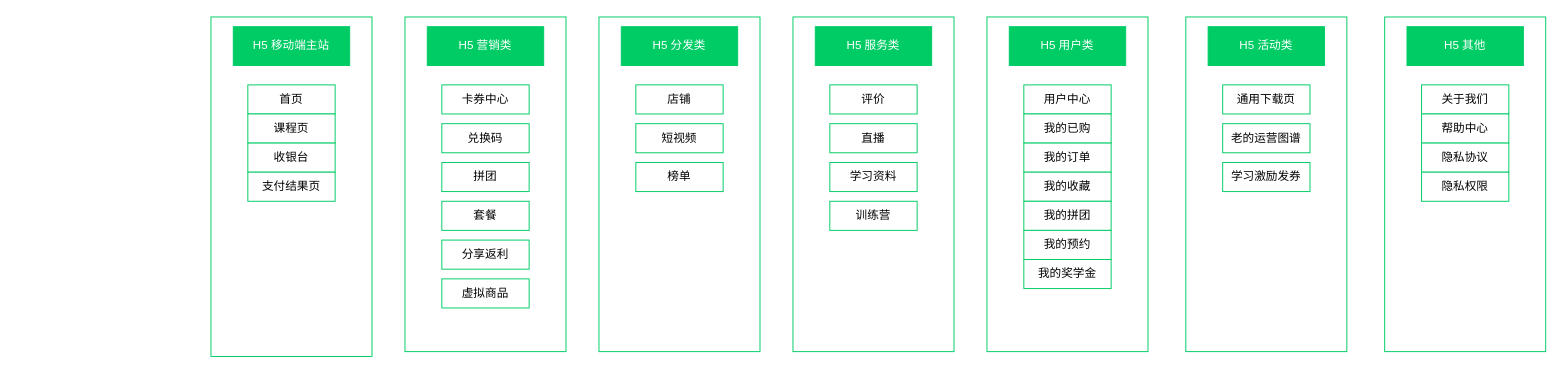
fedorjia/draw-io-files keeps this draw.io diagram as zhishi-h5-project-view.drawio. Above is the earlier version. Source tidied: cells renumbered, new cells numbered last; positions are measured from the earlier drawing's top-left corner, leaving out a move shared by most shapes. Both pictures are drawn from the tidied source at 97%, with x=0, y=0 at pixel (210, 16).
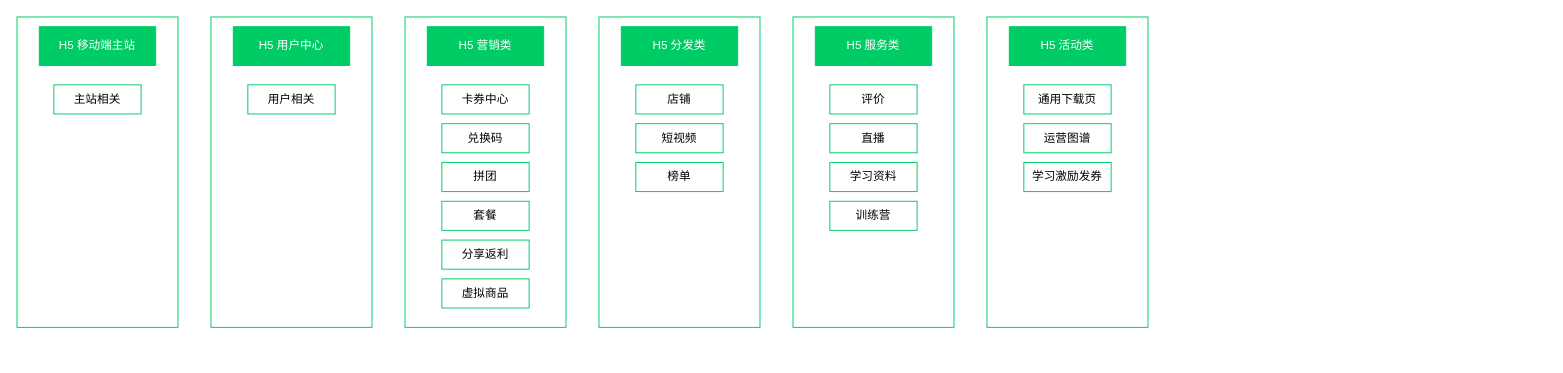
The same page after the edit.

Change to the diagram source:
```diff
@@
     <mxCell id="2" style="rounded=0;whiteSpace=wrap;html=1;strokeColor=#00CC66;fillColor=#FFFFFF;" parent="1" vertex="1">
-      <mxGeometry width="166" height="350" as="geometry" />
+      <mxGeometry x="-200" width="166" height="320" as="geometry" />
     </mxCell>
     <mxCell id="3" value="&lt;font color=&quot;#ffffff&quot;&gt;H5 移动端主站&lt;/font&gt;" style="rounded=0;whiteSpace=wrap;html=1;strokeColor=#00CC66;fillColor=#00CC66;" parent="1" vertex="1">
-      <mxGeometry x="23" y="10" width="120" height="40" as="geometry" />
+      <mxGeometry x="-177" y="10" width="120" height="40" as="geometry" />
     </mxCell>
     <mxCell id="4" style="rounded=0;whiteSpace=wrap;html=1;strokeColor=#00CC66;fillColor=#FFFFFF;" parent="1" vertex="1">
-      <mxGeometry x="200" width="166" height="345" as="geometry" />
+      <mxGeometry x="200" width="166" height="320" as="geometry" />
     </mxCell>
@@
     <mxCell id="12" style="rounded=0;whiteSpace=wrap;html=1;strokeColor=#00CC66;fillColor=#FFFFFF;" parent="1" vertex="1">
-      <mxGeometry x="400" width="166" height="345" as="geometry" />
+      <mxGeometry x="400" width="166" height="320" as="geometry" />
     </mxCell>
@@
-    <mxCell id="17" style="rounded=0;whiteSpace=wrap;html=1;strokeColor=#00CC66;fillColor=#FFFFFF;" parent="1" vertex="1">
-      <mxGeometry x="1210" width="166" height="345" as="geometry" />
-    </mxCell>
-    <mxCell id="18" value="&lt;span style=&quot;color: rgb(255 , 255 , 255)&quot;&gt;H5 其他&lt;/span&gt;" style="rounded=0;whiteSpace=wrap;html=1;strokeColor=#00CC66;fillColor=#00CC66;" parent="1" vertex="1">
-      <mxGeometry x="1233" y="10" width="120" height="40" as="geometry" />
-    </mxCell>
-    <mxCell id="19" value="关于我们" style="rounded=0;whiteSpace=wrap;html=1;strokeColor=#00CC66;fillColor=#FFFFFF;" parent="1" vertex="1">
-      <mxGeometry x="1248" y="70" width="90" height="30" as="geometry" />
-    </mxCell>
-    <mxCell id="20" value="帮助中心" style="rounded=0;whiteSpace=wrap;html=1;strokeColor=#00CC66;fillColor=#FFFFFF;" parent="1" vertex="1">
-      <mxGeometry x="1248" y="100" width="90" height="30" as="geometry" />
-    </mxCell>
-    <mxCell id="21" value="隐私协议" style="rounded=0;whiteSpace=wrap;html=1;strokeColor=#00CC66;fillColor=#FFFFFF;" parent="1" vertex="1">
-      <mxGeometry x="1248" y="130" width="90" height="30" as="geometry" />
-    </mxCell>
-    <mxCell id="22" value="隐私权限" style="rounded=0;whiteSpace=wrap;html=1;strokeColor=#00CC66;fillColor=#FFFFFF;" parent="1" vertex="1">
-      <mxGeometry x="1248" y="160" width="90" height="30" as="geometry" />
-    </mxCell>
     <mxCell id="23" style="rounded=0;whiteSpace=wrap;html=1;strokeColor=#00CC66;fillColor=#FFFFFF;" parent="1" vertex="1">
-      <mxGeometry x="600" width="166" height="345" as="geometry" />
+      <mxGeometry x="600" width="166" height="320" as="geometry" />
     </mxCell>
@@
     <mxCell id="29" style="rounded=0;whiteSpace=wrap;html=1;strokeColor=#00CC66;fillColor=#FFFFFF;" parent="1" vertex="1">
-      <mxGeometry x="800" width="166" height="345" as="geometry" />
+      <mxGeometry width="166" height="320" as="geometry" />
     </mxCell>
-    <mxCell id="30" value="&lt;span style=&quot;color: rgb(255 , 255 , 255)&quot;&gt;H5 用户类&lt;/span&gt;" style="rounded=0;whiteSpace=wrap;html=1;strokeColor=#00CC66;fillColor=#00CC66;" parent="1" vertex="1">
-      <mxGeometry x="823" y="10" width="120" height="40" as="geometry" />
+    <mxCell id="30" value="&lt;span style=&quot;color: rgb(255 , 255 , 255)&quot;&gt;H5 用户中心&lt;/span&gt;" style="rounded=0;whiteSpace=wrap;html=1;strokeColor=#00CC66;fillColor=#00CC66;" parent="1" vertex="1">
+      <mxGeometry x="23" y="10" width="120" height="40" as="geometry" />
     </mxCell>
-    <mxCell id="31" value="用户中心" style="rounded=0;whiteSpace=wrap;html=1;strokeColor=#00CC66;fillColor=#FFFFFF;" parent="1" vertex="1">
-      <mxGeometry x="838" y="70" width="90" height="30" as="geometry" />
-    </mxCell>
-    <mxCell id="32" value="我的已购" style="rounded=0;whiteSpace=wrap;html=1;strokeColor=#00CC66;fillColor=#FFFFFF;" parent="1" vertex="1">
-      <mxGeometry x="838" y="100" width="90" height="30" as="geometry" />
-    </mxCell>
-    <mxCell id="33" value="我的订单" style="rounded=0;whiteSpace=wrap;html=1;strokeColor=#00CC66;fillColor=#FFFFFF;" parent="1" vertex="1">
-      <mxGeometry x="838" y="130" width="90" height="30" as="geometry" />
-    </mxCell>
-    <mxCell id="34" value="我的收藏" style="rounded=0;whiteSpace=wrap;html=1;strokeColor=#00CC66;fillColor=#FFFFFF;" parent="1" vertex="1">
-      <mxGeometry x="838" y="160" width="90" height="30" as="geometry" />
-    </mxCell>
-    <mxCell id="35" value="我的拼团" style="rounded=0;whiteSpace=wrap;html=1;strokeColor=#00CC66;fillColor=#FFFFFF;" parent="1" vertex="1">
-      <mxGeometry x="838" y="190" width="90" height="30" as="geometry" />
-    </mxCell>
-    <mxCell id="36" value="我的预约" style="rounded=0;whiteSpace=wrap;html=1;strokeColor=#00CC66;fillColor=#FFFFFF;" parent="1" vertex="1">
-      <mxGeometry x="838" y="220" width="90" height="30" as="geometry" />
-    </mxCell>
-    <mxCell id="37" value="我的奖学金" style="rounded=0;whiteSpace=wrap;html=1;strokeColor=#00CC66;fillColor=#FFFFFF;" parent="1" vertex="1">
-      <mxGeometry x="838" y="250" width="90" height="30" as="geometry" />
-    </mxCell>
     <mxCell id="38" style="rounded=0;whiteSpace=wrap;html=1;strokeColor=#00CC66;fillColor=#FFFFFF;" parent="1" vertex="1">
-      <mxGeometry x="1005" width="166" height="345" as="geometry" />
+      <mxGeometry x="800" width="166" height="320" as="geometry" />
     </mxCell>
     <mxCell id="39" value="&lt;span style=&quot;color: rgb(255 , 255 , 255)&quot;&gt;H5 活动类&lt;/span&gt;" style="rounded=0;whiteSpace=wrap;html=1;strokeColor=#00CC66;fillColor=#00CC66;" parent="1" vertex="1">
-      <mxGeometry x="1028" y="10" width="120" height="40" as="geometry" />
+      <mxGeometry x="823" y="10" width="120" height="40" as="geometry" />
     </mxCell>
-    <mxCell id="40" value="首页" style="rounded=0;whiteSpace=wrap;html=1;strokeColor=#00CC66;fillColor=#FFFFFF;" parent="1" vertex="1">
-      <mxGeometry x="38" y="70" width="90" height="30" as="geometry" />
-    </mxCell>
-    <mxCell id="41" value="课程页" style="rounded=0;whiteSpace=wrap;html=1;strokeColor=#00CC66;fillColor=#FFFFFF;" parent="1" vertex="1">
-      <mxGeometry x="38" y="100" width="90" height="30" as="geometry" />
-    </mxCell>
-    <mxCell id="42" value="收银台" style="rounded=0;whiteSpace=wrap;html=1;strokeColor=#00CC66;fillColor=#FFFFFF;" parent="1" vertex="1">
-      <mxGeometry x="38" y="130" width="90" height="30" as="geometry" />
-    </mxCell>
-    <mxCell id="43" value="支付结果页" style="rounded=0;whiteSpace=wrap;html=1;strokeColor=#00CC66;fillColor=#FFFFFF;" parent="1" vertex="1">
-      <mxGeometry x="38" y="160" width="90" height="30" as="geometry" />
-    </mxCell>
     <mxCell id="44" value="通用下载页" style="rounded=0;whiteSpace=wrap;html=1;strokeColor=#00CC66;fillColor=#FFFFFF;" parent="1" vertex="1">
-      <mxGeometry x="1043" y="70" width="90" height="30" as="geometry" />
+      <mxGeometry x="838" y="70" width="90" height="30" as="geometry" />
     </mxCell>
-    <mxCell id="45" value="老的运营图谱" style="rounded=0;whiteSpace=wrap;html=1;strokeColor=#00CC66;fillColor=#FFFFFF;" parent="1" vertex="1">
-      <mxGeometry x="1043" y="110" width="90" height="30" as="geometry" />
+    <mxCell id="45" value="运营图谱" style="rounded=0;whiteSpace=wrap;html=1;strokeColor=#00CC66;fillColor=#FFFFFF;" parent="1" vertex="1">
+      <mxGeometry x="838" y="110" width="90" height="30" as="geometry" />
     </mxCell>
     <mxCell id="46" value="学习激励发券" style="rounded=0;whiteSpace=wrap;html=1;strokeColor=#00CC66;fillColor=#FFFFFF;" parent="1" vertex="1">
-      <mxGeometry x="1043" y="150" width="90" height="30" as="geometry" />
+      <mxGeometry x="838" y="150" width="90" height="30" as="geometry" />
     </mxCell>
+    <mxCell id="47" value="用户相关" style="rounded=0;whiteSpace=wrap;html=1;strokeColor=#00CC66;fillColor=#FFFFFF;" parent="1" vertex="1">
+      <mxGeometry x="38" y="70" width="90" height="30" as="geometry" />
+    </mxCell>
+    <mxCell id="48" value="主站相关" style="rounded=0;whiteSpace=wrap;html=1;strokeColor=#00CC66;fillColor=#FFFFFF;" parent="1" vertex="1">
+      <mxGeometry x="-162" y="70" width="90" height="30" as="geometry" />
+    </mxCell>
```
